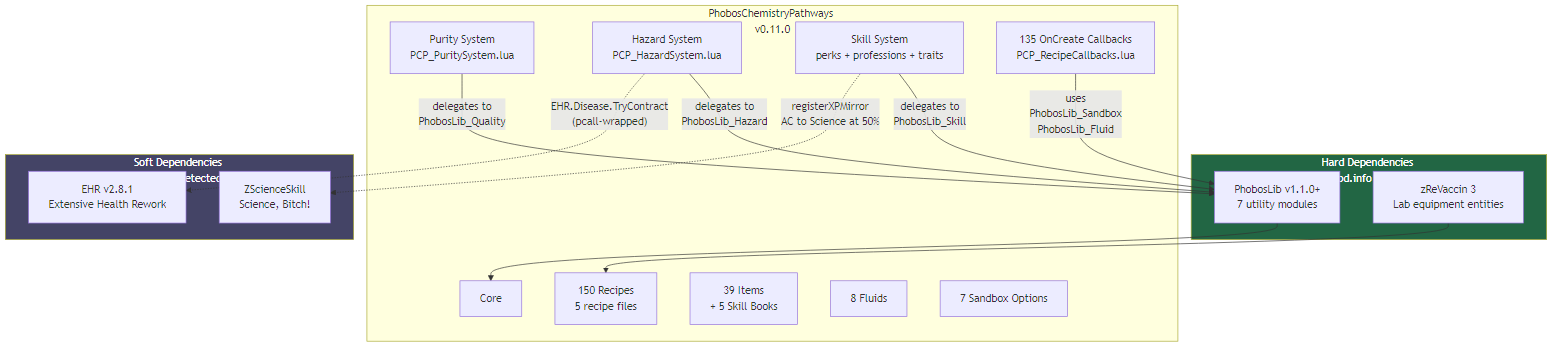
phobos-dthorga/mod-pz-chemistry-pathways keeps this Mermaid diagram as docs/images/architecture.png. Above is the earlier version. Its source is kept beside it as docs/mermaid-src/architecture.mmd.
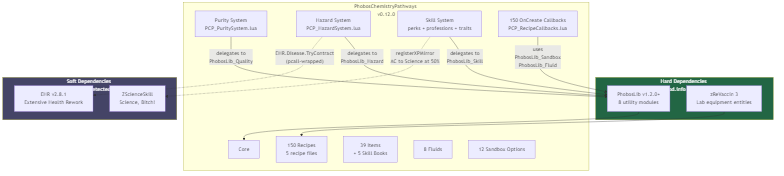
The same diagram one commit later.

Commit message:
docs: Fix blackpowder diagram direction, split sandbox, update architecture

The edit, as a diff of the source:
```diff
@@ -1,19 +1,19 @@
 graph TB
     subgraph HARD["Hard Dependencies (mod.info require)"]
-        PL["PhobosLib v1.1.0+<br/>7 utility modules"]
+        PL["PhobosLib v1.2.0+<br/>8 utility modules"]
         ZR["zReVaccin 3<br/>Lab equipment entities"]
     end
 
-    subgraph PCP["PhobosChemistryPathways v0.11.0"]
+    subgraph PCP["PhobosChemistryPathways v0.12.0"]
         CORE["Core"]
         REC["150 Recipes<br/>5 recipe files"]
         ITEMS["39 Items<br/>+ 5 Skill Books"]
         FLUIDS["8 Fluids"]
-        SB["7 Sandbox Options"]
+        SB["12 Sandbox Options"]
         PURITY["Purity System<br/>PCP_PuritySystem.lua"]
         HAZARD["Hazard System<br/>PCP_HazardSystem.lua"]
         SKILL["Skill System<br/>perks + professions + traits"]
-        CALLBACKS["135 OnCreate Callbacks<br/>PCP_RecipeCallbacks.lua"]
+        CALLBACKS["150 OnCreate Callbacks<br/>PCP_RecipeCallbacks.lua"]
     end
 
     subgraph SOFT["Soft Dependencies (runtime-detected)"]
```
